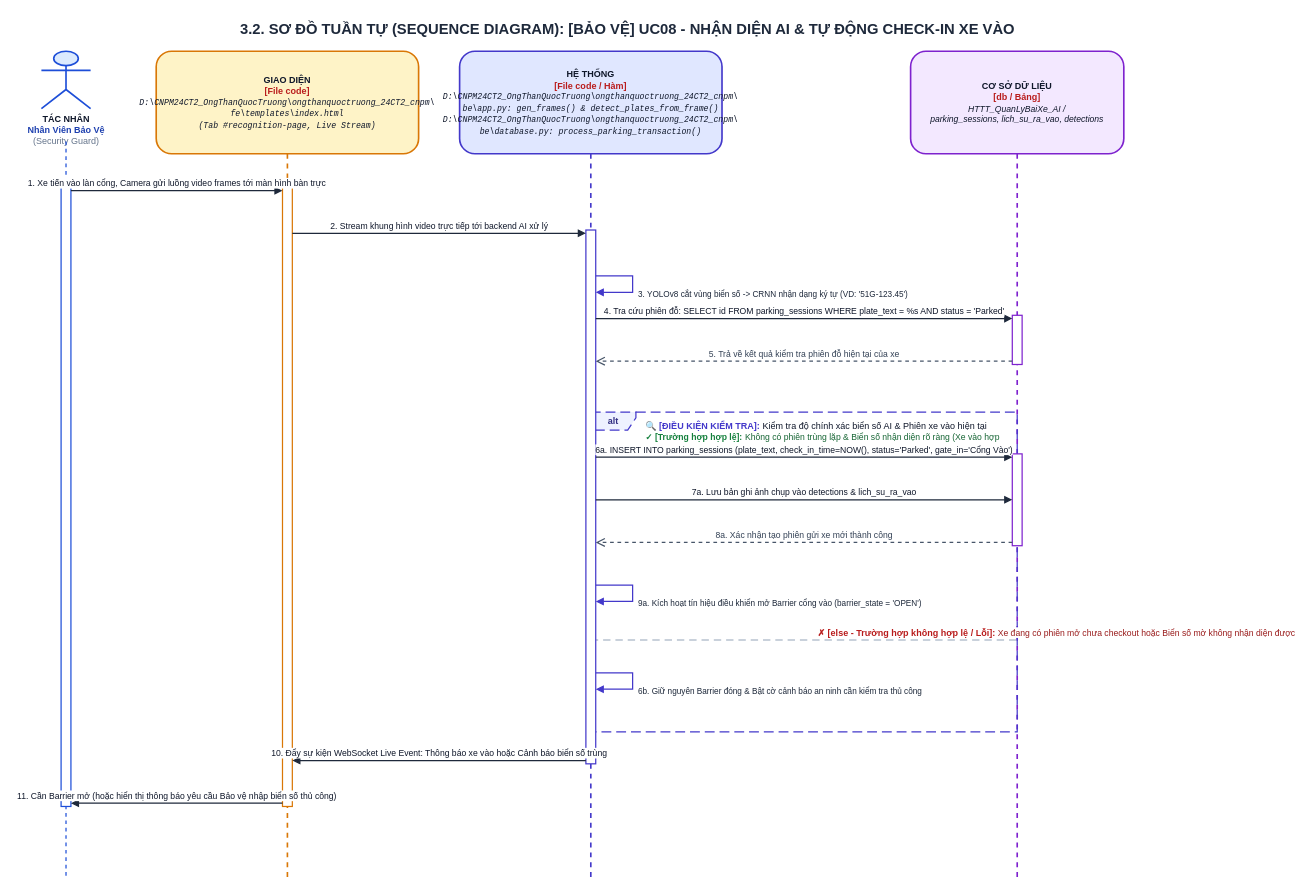
This is ongthanquoctruong_24CT2_cnpm/docs/drawio/uc08_guard_auto_checkin.drawio from Truong027/CNPM24, a draw.io file, before an edit. Source tidied: cells renumbered, new cells numbered last; positions are measured from the earlier drawing's top-left corner, leaving out a move shared by most shapes. Both pictures are drawn from the tidied source at 82%, with x=0, y=0 at pixel (33, 14).
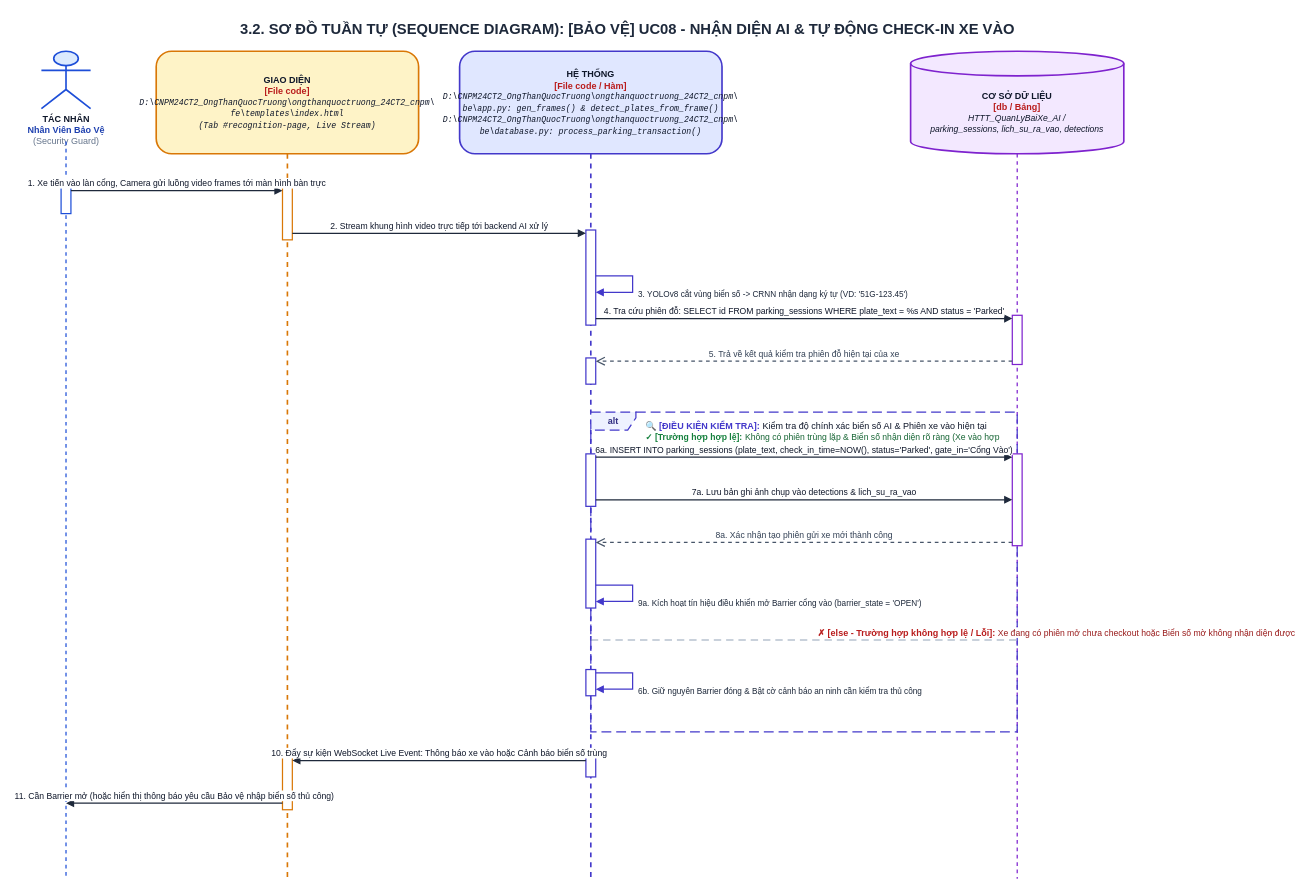
After the change.

What changed in the source:
```diff
@@
+    <mxCell id="28" value="&lt;b&gt;CƠ SỞ DỮ LIỆU&lt;/b&gt;&lt;br/&gt;&lt;font color='#B91C1C'&gt;&lt;b&gt;[db / Bảng]&lt;/b&gt;&lt;/font&gt;&lt;br/&gt;&lt;font style='font-size: 10.5px;'&gt;&lt;i&gt;HTTT_QuanLyBaiXe_AI /&lt;br/&gt;parking_sessions, lich_su_ra_vao, detections&lt;/i&gt;&lt;/font&gt;" style="shape=cylinder3;whiteSpace=wrap;html=1;boundedLbl=1;backgroundOutline=1;size=15;fillColor=#F3E8FF;strokeColor=#7E22CE;strokeWidth=2;fontColor=#0F172A;align=center;fontSize=11;" parent="1" vertex="1">
+      <mxGeometry x="1070" y="45" width="260" height="125" as="geometry" />
+    </mxCell>
-    <mxCell id="7" value="&lt;b&gt;CƠ SỞ DỮ LIỆU&lt;/b&gt;&lt;br/&gt;&lt;font color='#B91C1C'&gt;&lt;b&gt;[db / Bảng]&lt;/b&gt;&lt;/font&gt;&lt;br/&gt;&lt;font style='font-size: 10.5px;'&gt;&lt;i&gt;HTTT_QuanLyBaiXe_AI /&lt;br/&gt;parking_sessions, lich_su_ra_vao, detections&lt;/i&gt;&lt;/font&gt;" style="shape=umlLifeline;perimeter=lifelinePerimeter;whiteSpace=wrap;html=1;size=125;fillColor=#F3E8FF;strokeColor=#7E22CE;strokeWidth=2;fontColor=#0F172A;rounded=1;shadow=0;fontSize=11;align=center;" parent="1" vertex="1">
-      <mxGeometry x="1070" y="45" width="260" height="1009" as="geometry" />
+    <mxCell id="7" style="endArrow=none;dashed=1;html=1;strokeWidth=1.5;strokeColor=#7E22CE;" parent="1" edge="1">
+      <mxGeometry relative="1" as="geometry">
+        <mxPoint x="1200" y="170" as="sourcePoint" />
+        <mxPoint x="1200" y="1054" as="targetPoint" />
+      </mxGeometry>
     </mxCell>
@@
-    <mxCell id="11" style="html=1;perimeter=orthogonalPerimeter;targetShapes=umlLifeline;topToBottom=1;fillColor=#FFFFFF;strokeColor=#1D4ED8;strokeWidth=1.5;rounded=0;" parent="1" vertex="1">
-      <mxGeometry x="34" y="211" width="12" height="755" as="geometry" />
-    </mxCell>
-    <mxCell id="12" style="html=1;perimeter=orthogonalPerimeter;targetShapes=umlLifeline;topToBottom=1;fillColor=#FFFFFF;strokeColor=#D97706;strokeWidth=1.5;rounded=0;" parent="1" vertex="1">
-      <mxGeometry x="304" y="211" width="12" height="755" as="geometry" />
-    </mxCell>
-    <mxCell id="13" style="html=1;perimeter=orthogonalPerimeter;targetShapes=umlLifeline;topToBottom=1;fillColor=#FFFFFF;strokeColor=#4338CA;strokeWidth=1.5;rounded=0;" parent="1" vertex="1">
-      <mxGeometry x="674" y="263" width="12" height="651" as="geometry" />
-    </mxCell>
+    <mxCell id="29" style="html=1;perimeter=orthogonalPerimeter;targetShapes=umlLifeline;topToBottom=1;fillColor=#FFFFFF;strokeColor=#1D4ED8;strokeWidth=1.5;rounded=0;" parent="1" vertex="1">
+      <mxGeometry x="34" y="211" width="12" height="32" as="geometry" />
+    </mxCell>
+    <mxCell id="30" style="html=1;perimeter=orthogonalPerimeter;targetShapes=umlLifeline;topToBottom=1;fillColor=#FFFFFF;strokeColor=#D97706;strokeWidth=1.5;rounded=0;" parent="1" vertex="1">
+      <mxGeometry x="304" y="211" width="12" height="64" as="geometry" />
+    </mxCell>
+    <mxCell id="31" style="html=1;perimeter=orthogonalPerimeter;targetShapes=umlLifeline;topToBottom=1;fillColor=#FFFFFF;strokeColor=#D97706;strokeWidth=1.5;rounded=0;" parent="1" vertex="1">
+      <mxGeometry x="304" y="906" width="12" height="64" as="geometry" />
+    </mxCell>
+    <mxCell id="32" style="html=1;perimeter=orthogonalPerimeter;targetShapes=umlLifeline;topToBottom=1;fillColor=#FFFFFF;strokeColor=#4338CA;strokeWidth=1.5;rounded=0;" parent="1" vertex="1">
+      <mxGeometry x="674" y="263" width="12" height="116" as="geometry" />
+    </mxCell>
+    <mxCell id="33" style="html=1;perimeter=orthogonalPerimeter;targetShapes=umlLifeline;topToBottom=1;fillColor=#FFFFFF;strokeColor=#4338CA;strokeWidth=1.5;rounded=0;" parent="1" vertex="1">
+      <mxGeometry x="674" y="419" width="12" height="32" as="geometry" />
+    </mxCell>
+    <mxCell id="34" style="html=1;perimeter=orthogonalPerimeter;targetShapes=umlLifeline;topToBottom=1;fillColor=#FFFFFF;strokeColor=#4338CA;strokeWidth=1.5;rounded=0;" parent="1" vertex="1">
+      <mxGeometry x="674" y="536" width="12" height="64" as="geometry" />
+    </mxCell>
+    <mxCell id="35" style="html=1;perimeter=orthogonalPerimeter;targetShapes=umlLifeline;topToBottom=1;fillColor=#FFFFFF;strokeColor=#4338CA;strokeWidth=1.5;rounded=0;" parent="1" vertex="1">
+      <mxGeometry x="674" y="640" width="12" height="84" as="geometry" />
+    </mxCell>
+    <mxCell id="36" style="html=1;perimeter=orthogonalPerimeter;targetShapes=umlLifeline;topToBottom=1;fillColor=#FFFFFF;strokeColor=#4338CA;strokeWidth=1.5;rounded=0;" parent="1" vertex="1">
+      <mxGeometry x="674" y="799" width="12" height="32" as="geometry" />
+    </mxCell>
+    <mxCell id="37" style="html=1;perimeter=orthogonalPerimeter;targetShapes=umlLifeline;topToBottom=1;fillColor=#FFFFFF;strokeColor=#4338CA;strokeWidth=1.5;rounded=0;" parent="1" vertex="1">
+      <mxGeometry x="674" y="906" width="12" height="24" as="geometry" />
+    </mxCell>
@@
     <mxCell id="27" value="11. Cần Barrier mở (hoặc hiển thị thông báo yêu cầu Bảo vệ nhập biển số thủ công)" style="html=1;verticalAlign=bottom;endArrow=block;rounded=0;strokeColor=#1E293B;strokeWidth=1.5;fontColor=#0F172A;fontSize=10.5;" parent="1" edge="1">
       <mxGeometry relative="1" as="geometry">
         <mxPoint x="304" y="962" as="sourcePoint" />
-        <mxPoint x="46" y="962" as="targetPoint" />
+        <mxPoint x="40" y="962" as="targetPoint" />
       </mxGeometry>
     </mxCell>
```
